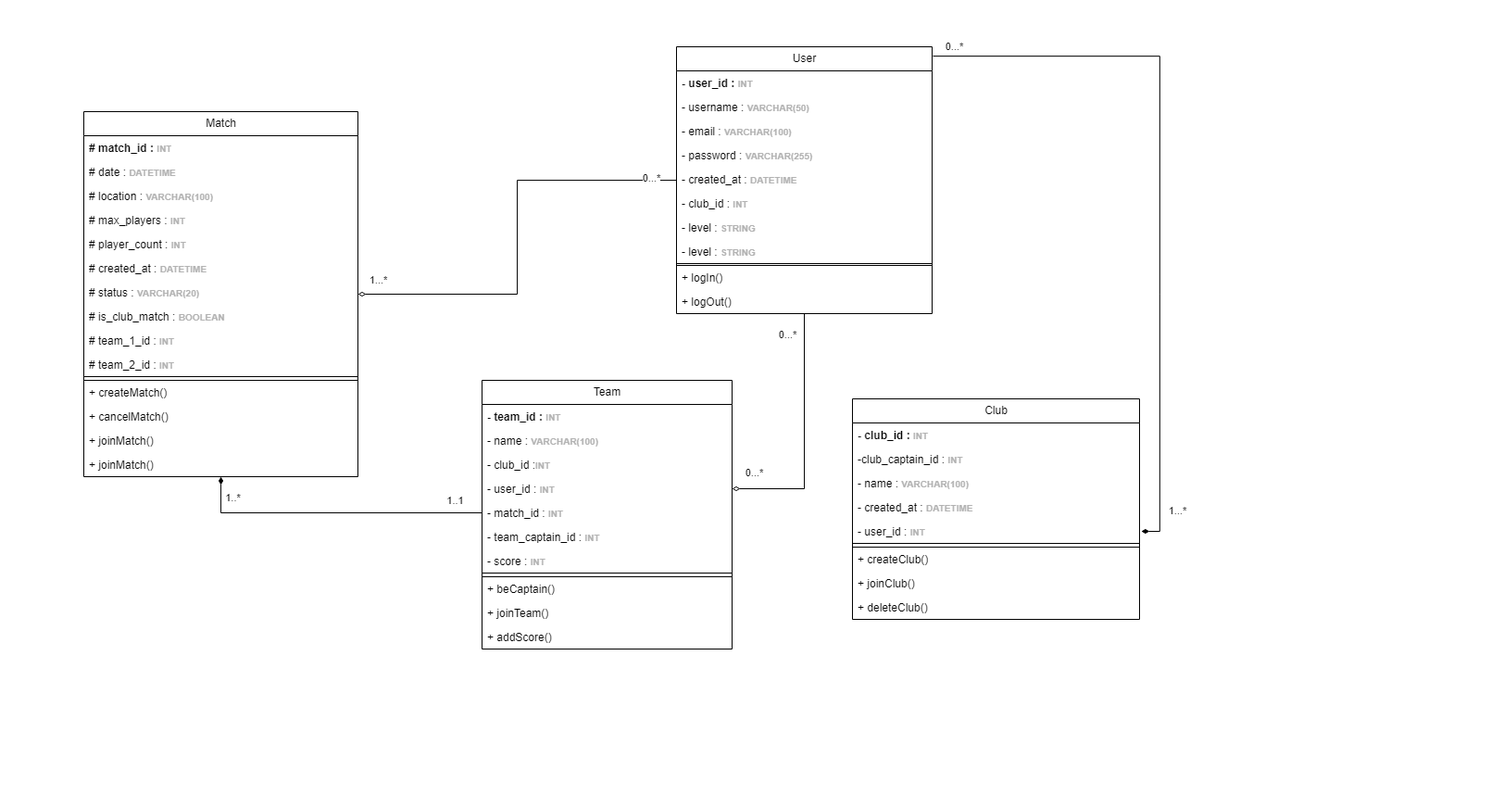
Above: UML Classes.drawio.png in Mathistrg/Styx (draw.io), before the change. Source tidied: cells renumbered, new cells last; positions are measured from the earlier drawing's top-left corner, leaving out a move shared by most shapes.
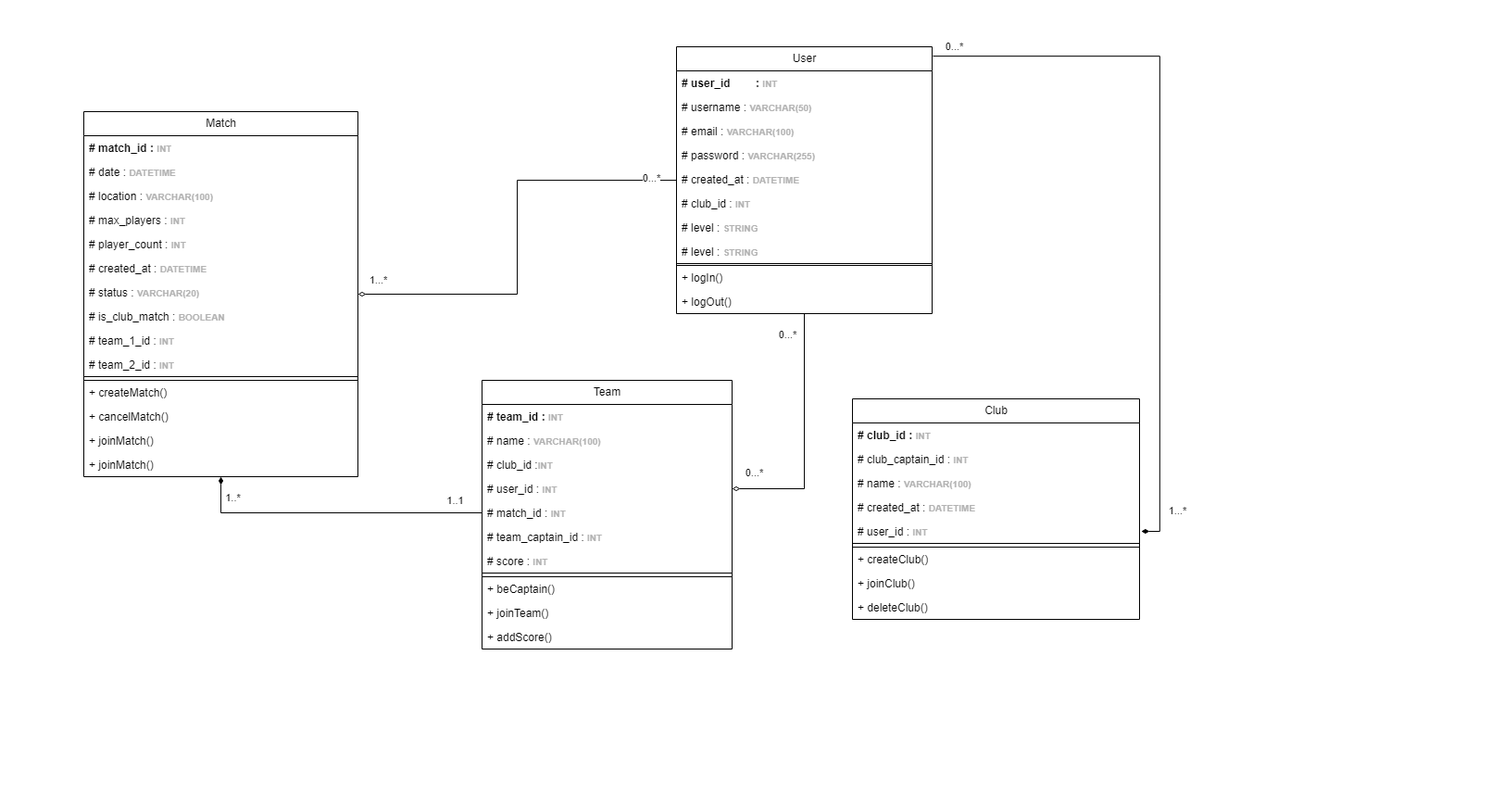
The same file after the commit.

Commit message:
Mettre à jour UML Classes.drawio.png

The edit, as a diff of the source:
```diff
@@ -8,28 +8,28 @@
     <mxCell id="3" value="User" style="swimlane;fontStyle=0;horizontal=1;startSize=26;fillColor=none;html=1;" parent="1" vertex="1">
       <mxGeometry x="730" y="50" width="276" height="288" as="geometry" />
     </mxCell>
-    <mxCell id="4" value="&lt;b&gt;- user_id&lt;span style=&quot;white-space: pre;&quot;&gt;&#9;&lt;/span&gt;:&amp;nbsp;&lt;font style=&quot;font-size: 10px; color: rgb(179, 179, 179);&quot;&gt;INT&amp;nbsp;&lt;/font&gt;&lt;/b&gt;" style="text;strokeColor=none;fillColor=none;align=left;verticalAlign=top;spacingLeft=4;spacingRight=4;overflow=hidden;whiteSpace=wrap;html=1;" parent="3" vertex="1">
+    <mxCell id="4" value="&lt;b&gt;# user_id&lt;span style=&quot;white-space: pre;&quot;&gt;&#9;&lt;/span&gt;:&amp;nbsp;&lt;font style=&quot;font-size: 10px; color: rgb(179, 179, 179);&quot;&gt;INT&amp;nbsp;&lt;/font&gt;&lt;/b&gt;" style="text;strokeColor=none;fillColor=none;align=left;verticalAlign=top;spacingLeft=4;spacingRight=4;overflow=hidden;whiteSpace=wrap;html=1;" parent="3" vertex="1">
       <mxGeometry y="26" width="276" height="26" as="geometry" />
     </mxCell>
-    <mxCell id="5" value="- username :&amp;nbsp;&lt;font color=&quot;#b3b3b3&quot;&gt;&lt;span style=&quot;font-size: 10px;&quot;&gt;&lt;b&gt;VARCHAR(50)&amp;nbsp;&lt;/b&gt;&lt;/span&gt;&lt;/font&gt;" style="text;strokeColor=none;fillColor=none;align=left;verticalAlign=top;spacingLeft=4;spacingRight=4;overflow=hidden;whiteSpace=wrap;html=1;" parent="3" vertex="1">
+    <mxCell id="5" value="# username :&amp;nbsp;&lt;font color=&quot;#b3b3b3&quot;&gt;&lt;span style=&quot;font-size: 10px;&quot;&gt;&lt;b&gt;VARCHAR(50)&amp;nbsp;&lt;/b&gt;&lt;/span&gt;&lt;/font&gt;" style="text;strokeColor=none;fillColor=none;align=left;verticalAlign=top;spacingLeft=4;spacingRight=4;overflow=hidden;whiteSpace=wrap;html=1;" parent="3" vertex="1">
       <mxGeometry y="52" width="276" height="26" as="geometry" />
     </mxCell>
-    <mxCell id="6" value="- email :&amp;nbsp;&lt;font color=&quot;#b3b3b3&quot;&gt;&lt;span style=&quot;font-size: 10px;&quot;&gt;&lt;b&gt;VARCHAR(100)&amp;nbsp;&lt;/b&gt;&lt;/span&gt;&lt;/font&gt;" style="text;strokeColor=none;fillColor=none;align=left;verticalAlign=top;spacingLeft=4;spacingRight=4;overflow=hidden;whiteSpace=wrap;html=1;" parent="3" vertex="1">
+    <mxCell id="6" value="# email :&amp;nbsp;&lt;font color=&quot;#b3b3b3&quot;&gt;&lt;span style=&quot;font-size: 10px;&quot;&gt;&lt;b&gt;VARCHAR(100)&amp;nbsp;&lt;/b&gt;&lt;/span&gt;&lt;/font&gt;" style="text;strokeColor=none;fillColor=none;align=left;verticalAlign=top;spacingLeft=4;spacingRight=4;overflow=hidden;whiteSpace=wrap;html=1;" parent="3" vertex="1">
       <mxGeometry y="78" width="276" height="26" as="geometry" />
     </mxCell>
-    <mxCell id="7" value="- password :&amp;nbsp;&lt;font color=&quot;#b3b3b3&quot;&gt;&lt;span style=&quot;font-size: 10px;&quot;&gt;&lt;b&gt;VARCHAR(255)&amp;nbsp;&lt;/b&gt;&lt;/span&gt;&lt;/font&gt;" style="text;strokeColor=none;fillColor=none;align=left;verticalAlign=top;spacingLeft=4;spacingRight=4;overflow=hidden;whiteSpace=wrap;html=1;" parent="3" vertex="1">
+    <mxCell id="7" value="# password :&amp;nbsp;&lt;font color=&quot;#b3b3b3&quot;&gt;&lt;span style=&quot;font-size: 10px;&quot;&gt;&lt;b&gt;VARCHAR(255)&amp;nbsp;&lt;/b&gt;&lt;/span&gt;&lt;/font&gt;" style="text;strokeColor=none;fillColor=none;align=left;verticalAlign=top;spacingLeft=4;spacingRight=4;overflow=hidden;whiteSpace=wrap;html=1;" parent="3" vertex="1">
       <mxGeometry y="104" width="276" height="26" as="geometry" />
     </mxCell>
-    <mxCell id="8" value="- created_at :&amp;nbsp;&lt;font color=&quot;#b3b3b3&quot;&gt;&lt;span style=&quot;font-size: 10px;&quot;&gt;&lt;b&gt;DATETIME&amp;nbsp;&lt;/b&gt;&lt;/span&gt;&lt;/font&gt;" style="text;strokeColor=none;fillColor=none;align=left;verticalAlign=top;spacingLeft=4;spacingRight=4;overflow=hidden;whiteSpace=wrap;html=1;" parent="3" vertex="1">
+    <mxCell id="8" value="# created_at :&amp;nbsp;&lt;font color=&quot;#b3b3b3&quot;&gt;&lt;span style=&quot;font-size: 10px;&quot;&gt;&lt;b&gt;DATETIME&amp;nbsp;&lt;/b&gt;&lt;/span&gt;&lt;/font&gt;" style="text;strokeColor=none;fillColor=none;align=left;verticalAlign=top;spacingLeft=4;spacingRight=4;overflow=hidden;whiteSpace=wrap;html=1;" parent="3" vertex="1">
       <mxGeometry y="130" width="276" height="26" as="geometry" />
     </mxCell>
-    <mxCell id="9" value="- club_id :&amp;nbsp;&lt;font color=&quot;#b3b3b3&quot;&gt;&lt;span style=&quot;font-size: 10px;&quot;&gt;&lt;b&gt;INT&amp;nbsp;&lt;/b&gt;&lt;/span&gt;&lt;/font&gt;" style="text;strokeColor=none;fillColor=none;align=left;verticalAlign=top;spacingLeft=4;spacingRight=4;overflow=hidden;whiteSpace=wrap;html=1;" parent="3" vertex="1">
+    <mxCell id="9" value="# club_id :&amp;nbsp;&lt;font color=&quot;#b3b3b3&quot;&gt;&lt;span style=&quot;font-size: 10px;&quot;&gt;&lt;b&gt;INT&amp;nbsp;&lt;/b&gt;&lt;/span&gt;&lt;/font&gt;" style="text;strokeColor=none;fillColor=none;align=left;verticalAlign=top;spacingLeft=4;spacingRight=4;overflow=hidden;whiteSpace=wrap;html=1;" parent="3" vertex="1">
       <mxGeometry y="156" width="276" height="26" as="geometry" />
     </mxCell>
-    <mxCell id="10" value="- level :&amp;nbsp;&lt;b style=&quot;color: rgb(179, 179, 179); font-size: 10px;&quot;&gt;STRING&lt;/b&gt;" style="text;strokeColor=none;fillColor=none;align=left;verticalAlign=top;spacingLeft=4;spacingRight=4;overflow=hidden;whiteSpace=wrap;html=1;" parent="3" vertex="1">
+    <mxCell id="10" value="# level :&amp;nbsp;&lt;b style=&quot;color: rgb(179, 179, 179); font-size: 10px;&quot;&gt;STRING&lt;/b&gt;" style="text;strokeColor=none;fillColor=none;align=left;verticalAlign=top;spacingLeft=4;spacingRight=4;overflow=hidden;whiteSpace=wrap;html=1;" parent="3" vertex="1">
       <mxGeometry y="182" width="276" height="26" as="geometry" />
     </mxCell>
-    <mxCell id="11" value="- level :&amp;nbsp;&lt;b style=&quot;color: rgb(179, 179, 179); font-size: 10px;&quot;&gt;STRING&lt;/b&gt;" style="text;strokeColor=none;fillColor=none;align=left;verticalAlign=top;spacingLeft=4;spacingRight=4;overflow=hidden;whiteSpace=wrap;html=1;" parent="3" vertex="1">
+    <mxCell id="11" value="# level :&amp;nbsp;&lt;b style=&quot;color: rgb(179, 179, 179); font-size: 10px;&quot;&gt;STRING&lt;/b&gt;" style="text;strokeColor=none;fillColor=none;align=left;verticalAlign=top;spacingLeft=4;spacingRight=4;overflow=hidden;whiteSpace=wrap;html=1;" parent="3" vertex="1">
       <mxGeometry y="208" width="276" height="26" as="geometry" />
     </mxCell>
     <mxCell id="12" value="club_id&lt;span style=&quot;white-space: pre;&quot;&gt;&#9;&lt;/span&gt;&lt;span style=&quot;white-space: pre;&quot;&gt;&#9;&lt;/span&gt;&lt;font color=&quot;#b3b3b3&quot;&gt;&lt;span style=&quot;font-size: 10px;&quot;&gt;&lt;b&gt;INT&amp;nbsp;&lt;/b&gt;&lt;/span&gt;&lt;/font&gt;" style="text;strokeColor=default;fillColor=none;align=left;verticalAlign=top;spacingLeft=4;spacingRight=4;overflow=hidden;whiteSpace=wrap;html=1;" parent="3" vertex="1">
@@ -103,19 +103,19 @@
     <mxCell id="34" value="Club" style="swimlane;fontStyle=0;horizontal=1;startSize=26;fillColor=none;html=1;" parent="1" vertex="1">
       <mxGeometry x="920" y="430" width="310" height="238" as="geometry" />
     </mxCell>
-    <mxCell id="35" value="&lt;b&gt;- club_id :&amp;nbsp;&lt;font color=&quot;#b3b3b3&quot;&gt;&lt;span style=&quot;font-size: 10px;&quot;&gt;INT&amp;nbsp;&lt;/span&gt;&lt;/font&gt;&lt;/b&gt;" style="text;strokeColor=none;fillColor=none;align=left;verticalAlign=top;spacingLeft=4;spacingRight=4;overflow=hidden;whiteSpace=wrap;html=1;" parent="34" vertex="1">
+    <mxCell id="35" value="&lt;b&gt;# club_id :&amp;nbsp;&lt;font color=&quot;#b3b3b3&quot;&gt;&lt;span style=&quot;font-size: 10px;&quot;&gt;INT&amp;nbsp;&lt;/span&gt;&lt;/font&gt;&lt;/b&gt;" style="text;strokeColor=none;fillColor=none;align=left;verticalAlign=top;spacingLeft=4;spacingRight=4;overflow=hidden;whiteSpace=wrap;html=1;" parent="34" vertex="1">
       <mxGeometry y="26" width="310" height="26" as="geometry" />
     </mxCell>
-    <mxCell id="36" value="-club_captain_id :&amp;nbsp;&lt;b style=&quot;color: rgb(179, 179, 179); font-size: 10px;&quot;&gt;INT&amp;nbsp;&lt;/b&gt;" style="text;strokeColor=none;fillColor=none;align=left;verticalAlign=top;spacingLeft=4;spacingRight=4;overflow=hidden;whiteSpace=wrap;html=1;" parent="34" vertex="1">
+    <mxCell id="36" value="# club_captain_id :&amp;nbsp;&lt;b style=&quot;color: rgb(179, 179, 179); font-size: 10px;&quot;&gt;INT&amp;nbsp;&lt;/b&gt;" style="text;strokeColor=none;fillColor=none;align=left;verticalAlign=top;spacingLeft=4;spacingRight=4;overflow=hidden;whiteSpace=wrap;html=1;" parent="34" vertex="1">
       <mxGeometry y="52" width="310" height="26" as="geometry" />
     </mxCell>
-    <mxCell id="37" value="- name :&amp;nbsp;&lt;b style=&quot;color: rgb(179, 179, 179); font-size: 10px;&quot;&gt;VARCHAR(100)&amp;nbsp;&lt;/b&gt;" style="text;strokeColor=none;fillColor=none;align=left;verticalAlign=top;spacingLeft=4;spacingRight=4;overflow=hidden;whiteSpace=wrap;html=1;" parent="34" vertex="1">
+    <mxCell id="37" value="# name :&amp;nbsp;&lt;b style=&quot;color: rgb(179, 179, 179); font-size: 10px;&quot;&gt;VARCHAR(100)&amp;nbsp;&lt;/b&gt;" style="text;strokeColor=none;fillColor=none;align=left;verticalAlign=top;spacingLeft=4;spacingRight=4;overflow=hidden;whiteSpace=wrap;html=1;" parent="34" vertex="1">
       <mxGeometry y="78" width="310" height="26" as="geometry" />
     </mxCell>
-    <mxCell id="38" value="- created_at :&amp;nbsp;&lt;b style=&quot;color: rgb(179, 179, 179); font-size: 10px;&quot;&gt;DATETIME&amp;nbsp;&lt;/b&gt;" style="text;strokeColor=none;fillColor=none;align=left;verticalAlign=top;spacingLeft=4;spacingRight=4;overflow=hidden;whiteSpace=wrap;html=1;" parent="34" vertex="1">
+    <mxCell id="38" value="# created_at :&amp;nbsp;&lt;b style=&quot;color: rgb(179, 179, 179); font-size: 10px;&quot;&gt;DATETIME&amp;nbsp;&lt;/b&gt;" style="text;strokeColor=none;fillColor=none;align=left;verticalAlign=top;spacingLeft=4;spacingRight=4;overflow=hidden;whiteSpace=wrap;html=1;" parent="34" vertex="1">
       <mxGeometry y="104" width="310" height="26" as="geometry" />
     </mxCell>
-    <mxCell id="39" value="- user_id :&amp;nbsp;&lt;b style=&quot;color: rgb(179, 179, 179); font-size: 10px;&quot;&gt;INT&amp;nbsp;&lt;/b&gt;" style="text;strokeColor=none;fillColor=none;align=left;verticalAlign=top;spacingLeft=4;spacingRight=4;overflow=hidden;whiteSpace=wrap;html=1;" parent="34" vertex="1">
+    <mxCell id="39" value="# user_id :&amp;nbsp;&lt;b style=&quot;color: rgb(179, 179, 179); font-size: 10px;&quot;&gt;INT&amp;nbsp;&lt;/b&gt;" style="text;strokeColor=none;fillColor=none;align=left;verticalAlign=top;spacingLeft=4;spacingRight=4;overflow=hidden;whiteSpace=wrap;html=1;" parent="34" vertex="1">
       <mxGeometry y="130" width="310" height="26" as="geometry" />
     </mxCell>
     <mxCell id="40" value="user_id&lt;span style=&quot;white-space: pre;&quot;&gt;&#9;&lt;/span&gt;&lt;span style=&quot;white-space: pre;&quot;&gt;&#9;&lt;/span&gt;&lt;b style=&quot;color: rgb(179, 179, 179); font-size: 10px;&quot;&gt;INT&amp;nbsp;&lt;/b&gt;" style="text;strokeColor=default;fillColor=none;align=left;verticalAlign=top;spacingLeft=4;spacingRight=4;overflow=hidden;whiteSpace=wrap;html=1;" parent="34" vertex="1">
@@ -133,25 +133,25 @@
     <mxCell id="44" value="Team" style="swimlane;fontStyle=0;horizontal=1;startSize=26;fillColor=none;html=1;" parent="1" vertex="1">
       <mxGeometry x="520" y="410" width="270" height="290" as="geometry" />
     </mxCell>
-    <mxCell id="45" value="&lt;b&gt;- team_id :&amp;nbsp;&lt;/b&gt;&lt;b style=&quot;color: rgb(179, 179, 179); font-size: 10px;&quot;&gt;INT&amp;nbsp;&lt;/b&gt;" style="text;strokeColor=none;fillColor=none;align=left;verticalAlign=top;spacingLeft=4;spacingRight=4;overflow=hidden;whiteSpace=wrap;html=1;" parent="44" vertex="1">
+    <mxCell id="45" value="&lt;b&gt;# team_id :&amp;nbsp;&lt;/b&gt;&lt;b style=&quot;color: rgb(179, 179, 179); font-size: 10px;&quot;&gt;INT&amp;nbsp;&lt;/b&gt;" style="text;strokeColor=none;fillColor=none;align=left;verticalAlign=top;spacingLeft=4;spacingRight=4;overflow=hidden;whiteSpace=wrap;html=1;" parent="44" vertex="1">
       <mxGeometry y="26" width="270" height="26" as="geometry" />
     </mxCell>
-    <mxCell id="46" value="- name :&amp;nbsp;&lt;b style=&quot;color: rgb(179, 179, 179); font-size: 10px;&quot;&gt;VARCHAR(100)&amp;nbsp;&lt;/b&gt;" style="text;strokeColor=none;fillColor=none;align=left;verticalAlign=top;spacingLeft=4;spacingRight=4;overflow=hidden;whiteSpace=wrap;html=1;" parent="44" vertex="1">
+    <mxCell id="46" value="# name :&amp;nbsp;&lt;b style=&quot;color: rgb(179, 179, 179); font-size: 10px;&quot;&gt;VARCHAR(100)&amp;nbsp;&lt;/b&gt;" style="text;strokeColor=none;fillColor=none;align=left;verticalAlign=top;spacingLeft=4;spacingRight=4;overflow=hidden;whiteSpace=wrap;html=1;" parent="44" vertex="1">
       <mxGeometry y="52" width="270" height="26" as="geometry" />
     </mxCell>
-    <mxCell id="47" value="- club_id :&lt;b style=&quot;color: rgb(179, 179, 179); font-size: 10px;&quot;&gt;INT&amp;nbsp;&lt;/b&gt;" style="text;strokeColor=none;fillColor=none;align=left;verticalAlign=top;spacingLeft=4;spacingRight=4;overflow=hidden;whiteSpace=wrap;html=1;" parent="44" vertex="1">
+    <mxCell id="47" value="# club_id :&lt;b style=&quot;color: rgb(179, 179, 179); font-size: 10px;&quot;&gt;INT&amp;nbsp;&lt;/b&gt;" style="text;strokeColor=none;fillColor=none;align=left;verticalAlign=top;spacingLeft=4;spacingRight=4;overflow=hidden;whiteSpace=wrap;html=1;" parent="44" vertex="1">
       <mxGeometry y="78" width="270" height="26" as="geometry" />
     </mxCell>
-    <mxCell id="48" value="- user_id :&amp;nbsp;&lt;b style=&quot;color: rgb(179, 179, 179); font-size: 10px;&quot;&gt;INT&amp;nbsp;&lt;/b&gt;" style="text;strokeColor=none;fillColor=none;align=left;verticalAlign=top;spacingLeft=4;spacingRight=4;overflow=hidden;points=[[0,0.5],[1,0.5]];portConstraint=eastwest;whiteSpace=wrap;html=1;" parent="44" vertex="1">
+    <mxCell id="48" value="# user_id :&amp;nbsp;&lt;b style=&quot;color: rgb(179, 179, 179); font-size: 10px;&quot;&gt;INT&amp;nbsp;&lt;/b&gt;" style="text;strokeColor=none;fillColor=none;align=left;verticalAlign=top;spacingLeft=4;spacingRight=4;overflow=hidden;points=[[0,0.5],[1,0.5]];portConstraint=eastwest;whiteSpace=wrap;html=1;" parent="44" vertex="1">
       <mxGeometry y="104" width="270" height="26" as="geometry" />
     </mxCell>
-    <mxCell id="49" value="- match_id :&amp;nbsp;&lt;b style=&quot;color: rgb(179, 179, 179); font-size: 10px;&quot;&gt;INT&amp;nbsp;&lt;/b&gt;" style="text;strokeColor=none;fillColor=none;align=left;verticalAlign=top;spacingLeft=4;spacingRight=4;overflow=hidden;points=[[0,0.5],[1,0.5]];portConstraint=eastwest;whiteSpace=wrap;html=1;" parent="44" vertex="1">
+    <mxCell id="49" value="# match_id :&amp;nbsp;&lt;b style=&quot;color: rgb(179, 179, 179); font-size: 10px;&quot;&gt;INT&amp;nbsp;&lt;/b&gt;" style="text;strokeColor=none;fillColor=none;align=left;verticalAlign=top;spacingLeft=4;spacingRight=4;overflow=hidden;points=[[0,0.5],[1,0.5]];portConstraint=eastwest;whiteSpace=wrap;html=1;" parent="44" vertex="1">
       <mxGeometry y="130" width="270" height="26" as="geometry" />
     </mxCell>
-    <mxCell id="50" value="- team_captain_id :&amp;nbsp;&lt;b style=&quot;color: rgb(179, 179, 179); font-size: 10px;&quot;&gt;INT&amp;nbsp;&lt;/b&gt;" style="text;strokeColor=none;fillColor=none;align=left;verticalAlign=top;spacingLeft=4;spacingRight=4;overflow=hidden;whiteSpace=wrap;html=1;" parent="44" vertex="1">
+    <mxCell id="50" value="# team_captain_id :&amp;nbsp;&lt;b style=&quot;color: rgb(179, 179, 179); font-size: 10px;&quot;&gt;INT&amp;nbsp;&lt;/b&gt;" style="text;strokeColor=none;fillColor=none;align=left;verticalAlign=top;spacingLeft=4;spacingRight=4;overflow=hidden;whiteSpace=wrap;html=1;" parent="44" vertex="1">
       <mxGeometry y="156" width="270" height="26" as="geometry" />
     </mxCell>
-    <mxCell id="51" value="- score :&amp;nbsp;&lt;b style=&quot;color: rgb(179, 179, 179); font-size: 10px;&quot;&gt;INT&amp;nbsp;&lt;/b&gt;" style="text;strokeColor=none;fillColor=none;align=left;verticalAlign=top;spacingLeft=4;spacingRight=4;overflow=hidden;whiteSpace=wrap;html=1;" parent="44" vertex="1">
+    <mxCell id="51" value="# score :&amp;nbsp;&lt;b style=&quot;color: rgb(179, 179, 179); font-size: 10px;&quot;&gt;INT&amp;nbsp;&lt;/b&gt;" style="text;strokeColor=none;fillColor=none;align=left;verticalAlign=top;spacingLeft=4;spacingRight=4;overflow=hidden;whiteSpace=wrap;html=1;" parent="44" vertex="1">
       <mxGeometry y="182" width="270" height="26" as="geometry" />
     </mxCell>
     <mxCell id="52" value="score&lt;span style=&quot;white-space: pre;&quot;&gt;&#9;&lt;/span&gt;&lt;span style=&quot;white-space: pre;&quot;&gt;&#9;&lt;/span&gt;&lt;b style=&quot;color: rgb(179, 179, 179); font-size: 10px;&quot;&gt;INT&amp;nbsp;&lt;/b&gt;" style="text;strokeColor=default;fillColor=none;align=left;verticalAlign=top;spacingLeft=4;spacingRight=4;overflow=hidden;whiteSpace=wrap;html=1;" parent="44" vertex="1">
```
